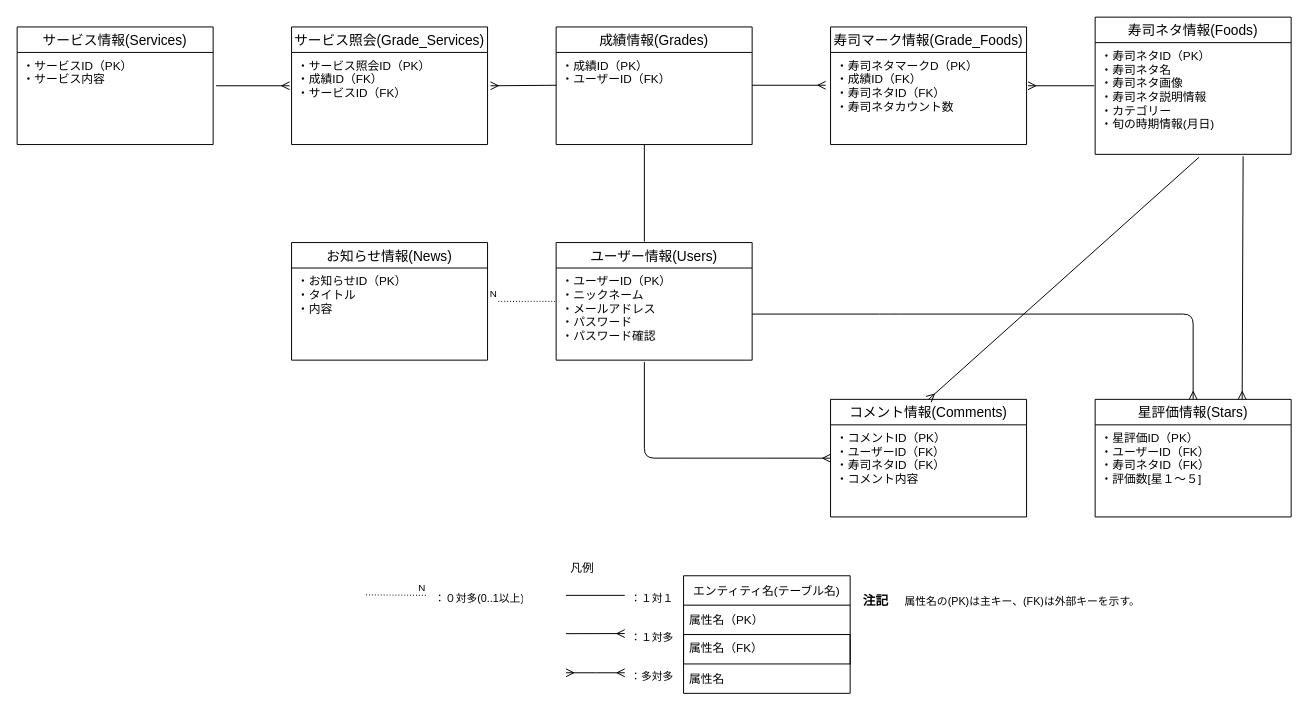
NO1224/sushi_comp keeps this draw.io diagram as page "ER図" (1 of 2) of sushi_comp.dio. Above is the earlier version. Source tidied: cells renumbered, new cells numbered last; positions are measured from the earlier drawing's top-left corner, leaving out a move shared by most shapes. Both pictures are drawn from the tidied source at 98%, with x=0, y=0 at pixel (17, 17).
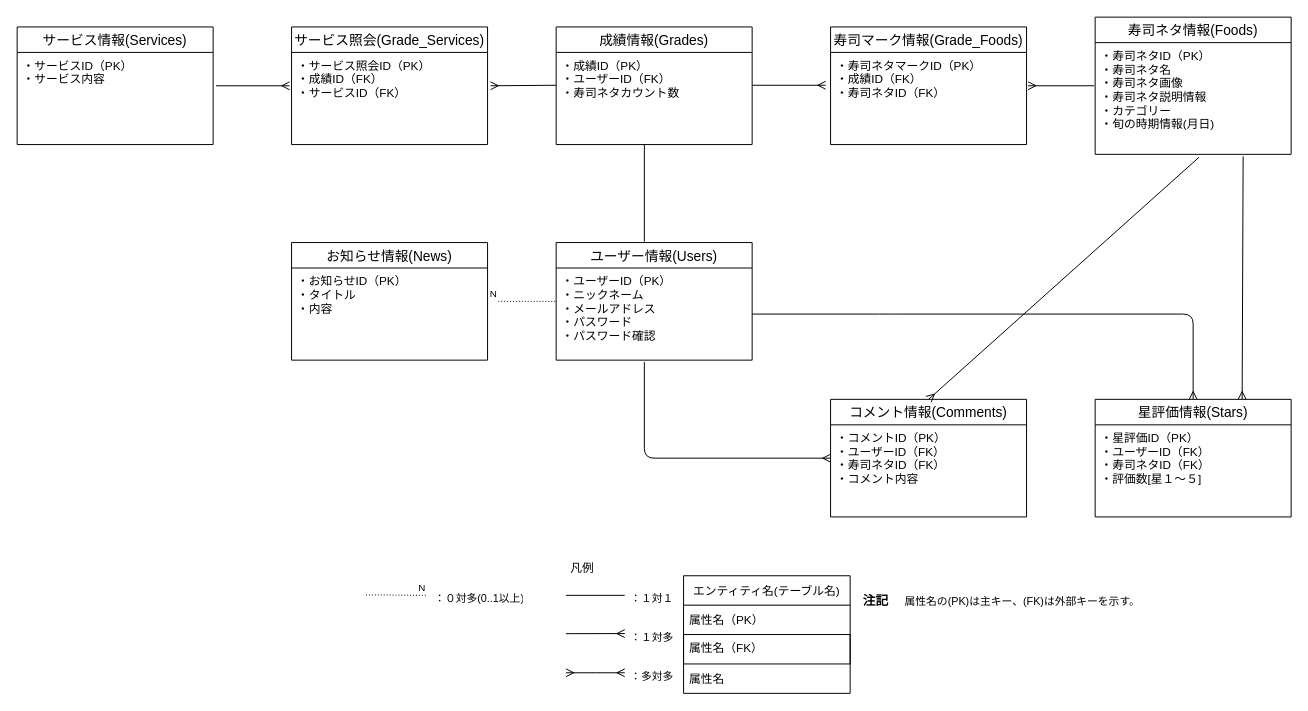
The same diagram, later.

The change refers to these unchanged cells:
```xml
<mxCell id="23" value="成績情報(Grades)" style="swimlane;fontStyle=0;horizontal=1;startSize=26;align=center;fontSize=14;" parent="1" vertex="1">
  <mxGeometry x="550" y="10" width="200" height="120" as="geometry" />
</mxCell>
<mxCell id="34" value="寿司マーク情報(Grade_Foods)" style="swimlane;fontStyle=0;horizontal=1;startSize=26;align=center;fontSize=14;" parent="1" vertex="1">
  <mxGeometry x="830" y="10" width="200" height="120" as="geometry" />
</mxCell>
```

What changed in the source:
```diff
@@
-    <mxCell id="24" value="・成績ID（PK）&#10;・ユーザーID（FK）" style="text;strokeColor=none;fillColor=none;spacingLeft=4;spacingRight=4;overflow=hidden;fontSize=12;" parent="23" vertex="1">
+    <mxCell id="24" value="・成績ID（PK）&#10;・ユーザーID（FK）&#10;・寿司ネタカウント数" style="text;strokeColor=none;fillColor=none;spacingLeft=4;spacingRight=4;overflow=hidden;fontSize=12;" parent="23" vertex="1">
       <mxGeometry y="26" width="200" height="94" as="geometry" />
     </mxCell>
@@
-    <mxCell id="35" value="・寿司ネタマークD（PK）&#10;・成績ID（FK）&#10;・寿司ネタID（FK）&#10;・寿司ネタカウント数&#10;" style="text;strokeColor=none;fillColor=none;spacingLeft=4;spacingRight=4;overflow=hidden;fontSize=12;" parent="34" vertex="1">
+    <mxCell id="35" value="・寿司ネタマークID（PK）&#10;・成績ID（FK）&#10;・寿司ネタID（FK）&#10;" style="text;strokeColor=none;fillColor=none;spacingLeft=4;spacingRight=4;overflow=hidden;fontSize=12;" parent="34" vertex="1">
       <mxGeometry y="26" width="200" height="94" as="geometry" />
     </mxCell>
```
